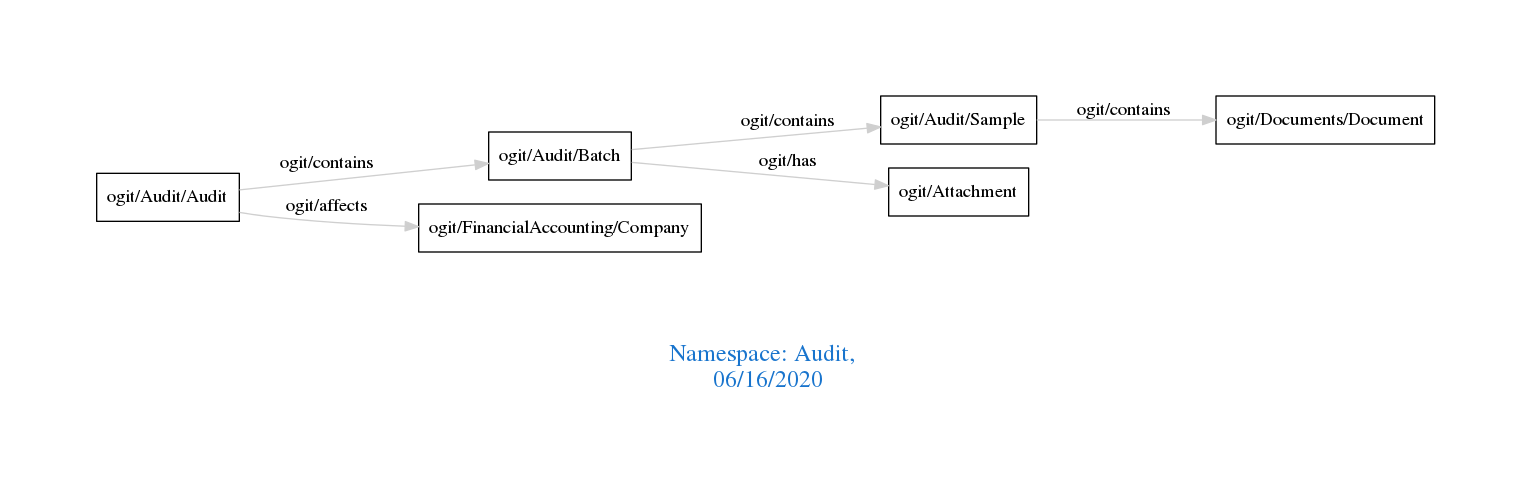
Above: downloads/Audit.png in arago/OGIT (Graphviz), before the change. Its source is kept beside it as downloads/Audit.dot.
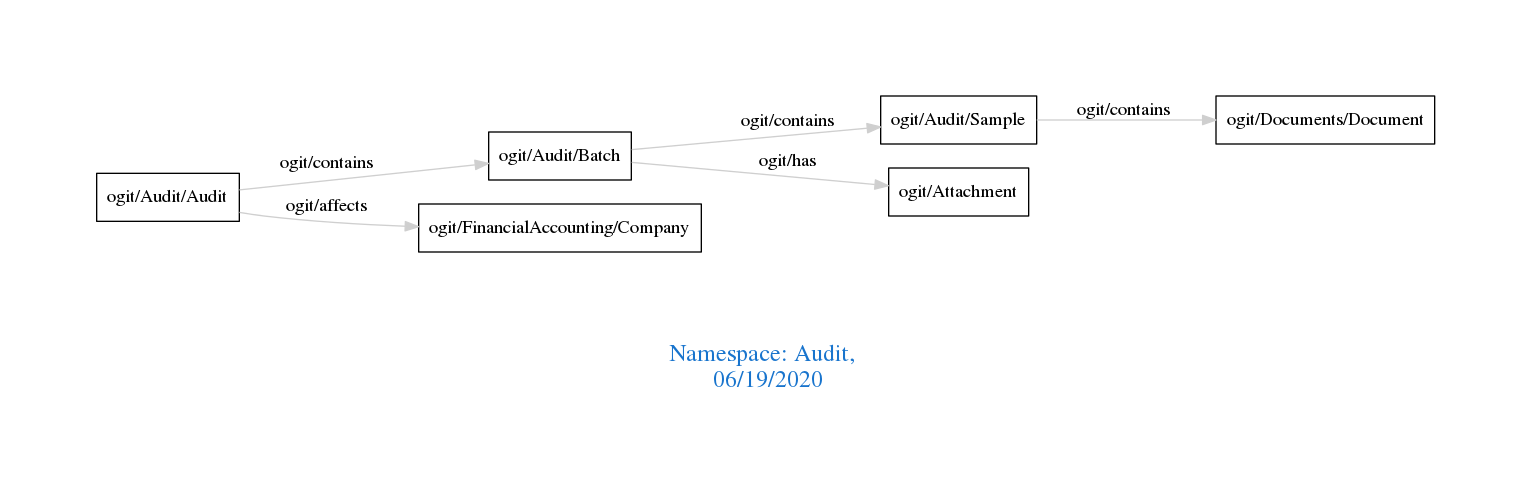
The same file after the commit.

Change to the diagram source:
```diff
@@ -1,7 +1,7 @@
 digraph OGIT_ontology {
  graph [ rankdir= LR,pad=1
 fontsize = 18,
-fontcolor= dodgerblue3,label = "\n\n\nNamespace: Audit, \n 06/16/2020"];
+fontcolor= dodgerblue3,label = "\n\n\nNamespace: Audit, \n 06/19/2020"];
 node[shape=polygon];
 edge [  color="gray81"];
 
```
